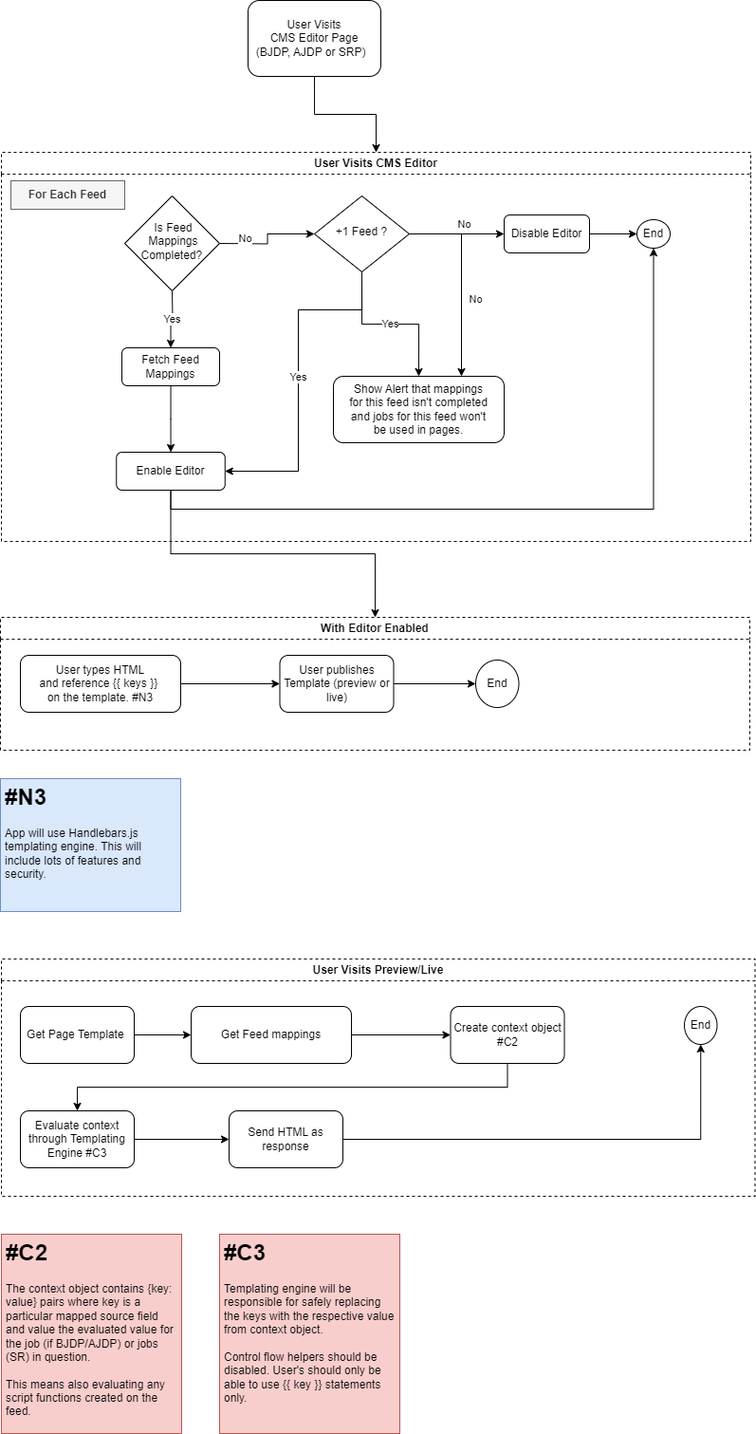
j-000/drawio keeps this draw.io diagram as Edit Template Process.png. Above is the earlier version. Source tidied: cells renumbered, new cells last; positions are measured from the earlier drawing's top-left corner, leaving out a move shared by most shapes.
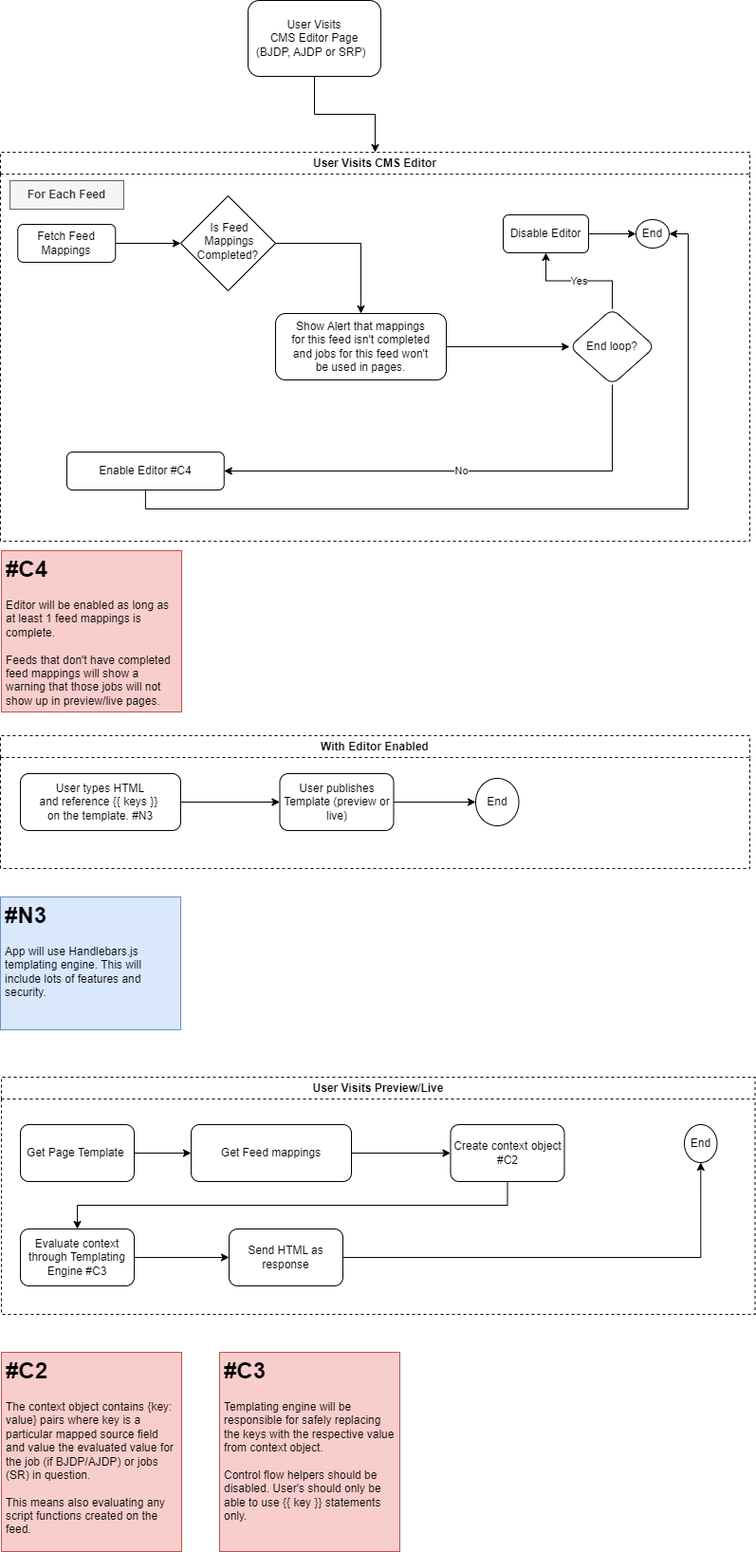
The same diagram one commit later.

What changed in the source:
```diff
@@ -6,30 +6,22 @@
       <mxGeometry relative="1" as="geometry" />
     </mxCell>
     <mxCell id="3" value="User Visits&lt;br&gt;CMS Editor Page &lt;br&gt;(BJDP, AJDP or SRP)&amp;nbsp;&amp;nbsp;" style="rounded=1;whiteSpace=wrap;html=1;fontSize=12;glass=0;strokeWidth=1;shadow=0;" parent="1" vertex="1">
-      <mxGeometry x="261" width="140" height="80" as="geometry" />
+      <mxGeometry x="261" y="-125" width="140" height="80" as="geometry" />
     </mxCell>
     <mxCell id="4" value="User Visits CMS Editor" style="swimlane;whiteSpace=wrap;html=1;align=center;dashed=1;" parent="1" vertex="1">
-      <mxGeometry x="1" y="160" width="790" height="410" as="geometry" />
+      <mxGeometry y="35" width="790" height="410" as="geometry" />
     </mxCell>
-    <mxCell id="5" value="No" style="edgeStyle=orthogonalEdgeStyle;rounded=0;jettySize=auto;html=1;exitX=1;exitY=0.5;exitDx=0;exitDy=0;entryX=0;entryY=0.5;entryDx=0;entryDy=0;" parent="4" edge="1" target="16">
-      <mxGeometry x="0.09" y="14" relative="1" as="geometry">
-        <mxPoint x="230" y="96" as="sourcePoint" />
-        <mxPoint x="-10" y="4" as="offset" />
-      </mxGeometry>
-    </mxCell>
-    <mxCell id="6" value="Yes" style="edgeStyle=orthogonalEdgeStyle;rounded=0;jettySize=auto;html=1;exitX=0.5;exitY=1;exitDx=0;exitDy=0;entryX=0.5;entryY=0;entryDx=0;entryDy=0;" parent="4" edge="1" target="9">
-      <mxGeometry relative="1" as="geometry">
-        <mxPoint x="180" y="146" as="sourcePoint" />
-      </mxGeometry>
-    </mxCell>
+    <mxCell id="44" style="edgeStyle=orthogonalEdgeStyle;rounded=0;jettySize=auto;html=1;exitX=1;exitY=0.5;exitDx=0;exitDy=0;entryX=0.5;entryY=0;entryDx=0;entryDy=0;" parent="4" edge="1" source="7" target="17">
+      <mxGeometry relative="1" as="geometry" />
+    </mxCell>
     <mxCell id="7" value="Is Feed Mappings Completed?&amp;nbsp;" style="rhombus;whiteSpace=wrap;html=1;shadow=0;fontFamily=Helvetica;fontSize=12;align=center;strokeWidth=1;spacing=22;spacingTop=-4;spacingLeft=3;" parent="4" vertex="1">
-      <mxGeometry x="130" y="46" width="100" height="100" as="geometry" />
+      <mxGeometry x="190" y="46" width="100" height="100" as="geometry" />
     </mxCell>
-    <mxCell id="8" style="edgeStyle=orthogonalEdgeStyle;rounded=0;jettySize=auto;html=1;" parent="4" edge="1" source="9" target="20">
-      <mxGeometry relative="1" as="geometry" />
-    </mxCell>
+    <mxCell id="45" style="edgeStyle=orthogonalEdgeStyle;rounded=0;jettySize=auto;html=1;exitX=1;exitY=0.5;exitDx=0;exitDy=0;entryX=0;entryY=0.5;entryDx=0;entryDy=0;" parent="4" edge="1" source="9" target="7">
+      <mxGeometry relative="1" as="geometry" />
+    </mxCell>
     <mxCell id="9" value="Fetch Feed Mappings" style="rounded=1;whiteSpace=wrap;html=1;fontSize=12;glass=0;strokeWidth=1;shadow=0;" parent="4" vertex="1">
-      <mxGeometry x="127" y="206" width="103" height="40" as="geometry" />
+      <mxGeometry x="18.2" y="76" width="103" height="40" as="geometry" />
     </mxCell>
     <mxCell id="10" style="edgeStyle=orthogonalEdgeStyle;rounded=0;jettySize=auto;html=1;" parent="4" edge="1" source="11" target="18">
       <mxGeometry relative="1" as="geometry" />
@@ -37,42 +29,33 @@
     <mxCell id="11" value="Disable Editor" style="rounded=1;whiteSpace=wrap;html=1;fontSize=12;glass=0;strokeWidth=1;shadow=0;" parent="4" vertex="1">
       <mxGeometry x="530" y="66" width="90" height="40" as="geometry" />
     </mxCell>
-    <mxCell id="12" value="No" style="edgeStyle=orthogonalEdgeStyle;rounded=0;jettySize=auto;html=1;exitX=1;exitY=0.5;exitDx=0;exitDy=0;entryX=0;entryY=0.5;entryDx=0;entryDy=0;" parent="4" edge="1" source="16" target="11">
-      <mxGeometry x="0.14" y="10" relative="1" as="geometry" />
-    </mxCell>
-    <mxCell id="13" value="Yes" style="edgeStyle=orthogonalEdgeStyle;rounded=0;jettySize=auto;html=1;exitX=0.5;exitY=1;exitDx=0;exitDy=0;entryX=0.5;entryY=0;entryDx=0;entryDy=0;" parent="4" edge="1" source="16" target="17">
-      <mxGeometry relative="1" as="geometry" />
-    </mxCell>
-    <mxCell id="14" value="No" style="edgeStyle=orthogonalEdgeStyle;rounded=0;jettySize=auto;html=1;exitX=1;exitY=0.5;exitDx=0;exitDy=0;entryX=0.75;entryY=0;entryDx=0;entryDy=0;" parent="4" edge="1" source="16" target="17">
-      <mxGeometry x="0.2" y="15" relative="1" as="geometry" />
-    </mxCell>
-    <mxCell id="15" value="Yes" style="edgeStyle=orthogonalEdgeStyle;rounded=0;jettySize=auto;html=1;exitX=0.5;exitY=1;exitDx=0;exitDy=0;entryX=1;entryY=0.5;entryDx=0;entryDy=0;" parent="4" edge="1" source="16" target="20">
-      <mxGeometry relative="1" as="geometry">
-        <Array as="points">
-          <mxPoint x="380" y="166" />
-          <mxPoint x="313" y="166" />
-          <mxPoint x="313" y="336" />
-        </Array>
-      </mxGeometry>
-    </mxCell>
-    <mxCell id="16" value="+1 Feed ?" style="rhombus;whiteSpace=wrap;html=1;shadow=0;fontFamily=Helvetica;fontSize=12;align=center;strokeWidth=1;spacing=6;spacingTop=-4;" parent="4" vertex="1">
-      <mxGeometry x="330" y="46" width="100" height="80" as="geometry" />
-    </mxCell>
+    <mxCell id="46" style="edgeStyle=orthogonalEdgeStyle;rounded=0;jettySize=auto;html=1;" parent="4" edge="1" source="17" target="49">
+      <mxGeometry relative="1" as="geometry" />
+    </mxCell>
     <mxCell id="17" value="Show Alert that mappings for this feed isn't completed and jobs for this feed won't be used in pages." style="rounded=1;whiteSpace=wrap;html=1;fontSize=12;glass=0;strokeWidth=1;shadow=0;spacing=16;labelBackgroundColor=none;" parent="4" vertex="1">
-      <mxGeometry x="350" y="236" width="180" height="70" as="geometry" />
+      <mxGeometry x="290" y="170" width="180" height="70" as="geometry" />
     </mxCell>
     <mxCell id="18" value="End" style="ellipse;whiteSpace=wrap;html=1;rounded=1;glass=0;strokeWidth=1;shadow=0;" parent="4" vertex="1">
       <mxGeometry x="670" y="71" width="35" height="30" as="geometry" />
     </mxCell>
-    <mxCell id="19" style="edgeStyle=orthogonalEdgeStyle;rounded=0;jettySize=auto;html=1;exitX=0.5;exitY=1;exitDx=0;exitDy=0;entryX=0.5;entryY=1;entryDx=0;entryDy=0;" parent="4" edge="1" source="20" target="18">
+    <mxCell id="19" style="edgeStyle=orthogonalEdgeStyle;rounded=0;jettySize=auto;html=1;exitX=0.5;exitY=1;exitDx=0;exitDy=0;entryX=1;entryY=0.5;entryDx=0;entryDy=0;" parent="4" edge="1" source="20" target="18">
       <mxGeometry relative="1" as="geometry" />
     </mxCell>
-    <mxCell id="20" value="Enable Editor" style="whiteSpace=wrap;html=1;rounded=1;glass=0;strokeWidth=1;shadow=0;" parent="4" vertex="1">
-      <mxGeometry x="121.2" y="316" width="114.5" height="40" as="geometry" />
+    <mxCell id="20" value="Enable Editor #C4" style="whiteSpace=wrap;html=1;rounded=1;glass=0;strokeWidth=1;shadow=0;" parent="4" vertex="1">
+      <mxGeometry x="70" y="316" width="165.8" height="40" as="geometry" />
     </mxCell>
     <mxCell id="21" value="&lt;b&gt;For Each Feed&lt;/b&gt;" style="text;html=1;strokeColor=#666666;fillColor=#f5f5f5;align=center;verticalAlign=middle;whiteSpace=wrap;rounded=0;fontColor=#333333;" parent="4" vertex="1">
       <mxGeometry x="10" y="30" width="120" height="30" as="geometry" />
     </mxCell>
+    <mxCell id="47" value="Yes" style="edgeStyle=orthogonalEdgeStyle;rounded=0;jettySize=auto;html=1;exitX=0.5;exitY=0;exitDx=0;exitDy=0;entryX=0.5;entryY=1;entryDx=0;entryDy=0;" parent="4" edge="1" source="49" target="11">
+      <mxGeometry relative="1" as="geometry" />
+    </mxCell>
+    <mxCell id="48" value="No" style="edgeStyle=orthogonalEdgeStyle;rounded=0;jettySize=auto;html=1;exitX=0.5;exitY=1;exitDx=0;exitDy=0;entryX=1;entryY=0.5;entryDx=0;entryDy=0;" parent="4" edge="1" source="49" target="20">
+      <mxGeometry relative="1" as="geometry" />
+    </mxCell>
+    <mxCell id="49" value="End loop?" style="rhombus;whiteSpace=wrap;html=1;rounded=1;glass=0;strokeWidth=1;shadow=0;spacing=16;labelBackgroundColor=none;" parent="4" vertex="1">
+      <mxGeometry x="600" y="165" width="90" height="80" as="geometry" />
+    </mxCell>
     <mxCell id="22" value="With Editor Enabled" style="swimlane;whiteSpace=wrap;html=1;dashed=1;" parent="1" vertex="1">
       <mxGeometry y="650" width="790" height="140" as="geometry" />
     </mxCell>
@@ -136,8 +119,8 @@
     <mxCell id="42" value="&lt;h1&gt;#C3&lt;/h1&gt;&lt;div&gt;Templating engine will be responsible for safely replacing the keys with the respective value from context object.&amp;nbsp;&lt;/div&gt;&lt;div&gt;&lt;br&gt;&lt;/div&gt;&lt;div&gt;Control flow helpers should be disabled. User's should only be able to use {{ key }} statements only.&lt;/div&gt;" style="text;html=1;strokeColor=#b85450;fillColor=#f8cecc;spacing=5;spacingTop=-20;whiteSpace=wrap;overflow=hidden;rounded=0;" parent="1" vertex="1">
       <mxGeometry x="231" y="1300" width="190" height="210" as="geometry" />
     </mxCell>
-    <mxCell id="43" style="edgeStyle=orthogonalEdgeStyle;rounded=0;jettySize=auto;html=1;exitX=0.5;exitY=1;exitDx=0;exitDy=0;entryX=0.5;entryY=0;entryDx=0;entryDy=0;" parent="1" edge="1" source="20" target="22">
-      <mxGeometry relative="1" as="geometry" />
-    </mxCell>
+    <mxCell id="50" value="&lt;h1&gt;#C4&lt;/h1&gt;&lt;div&gt;Editor will be enabled as long as at least 1 feed mappings is complete.&amp;nbsp;&lt;/div&gt;&lt;div&gt;&lt;br&gt;&lt;/div&gt;&lt;div&gt;Feeds that don't have completed feed mappings will show a warning that those jobs will not show up in preview/live pages.&lt;/div&gt;" style="text;html=1;strokeColor=#b85450;fillColor=#f8cecc;spacing=5;spacingTop=-20;whiteSpace=wrap;overflow=hidden;rounded=0;" parent="1" vertex="1">
+      <mxGeometry x="1" y="455" width="190" height="170" as="geometry" />
+    </mxCell>
   </root>
 </mxGraphModel>
```
